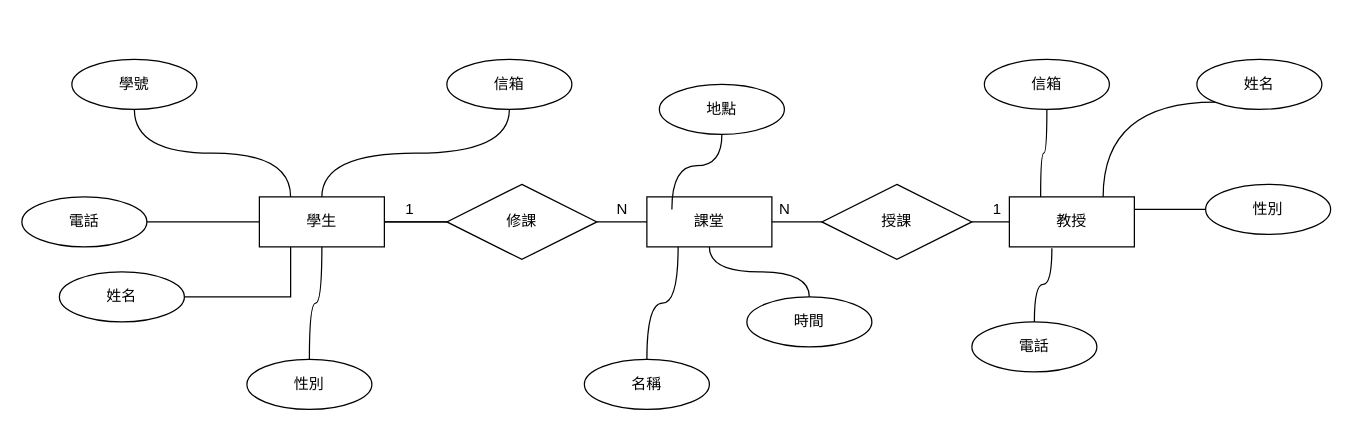
The draw.io diagram page "ER model" (1 of 7) of 作業/資料庫/模型.drawio in NTX8205/School_project, before the edit. Source tidied: cells renumbered, new cells numbered last; positions are measured from the earlier drawing's top-left corner, leaving out a move shared by most shapes. Both pictures are drawn from the tidied source at 125%, with x=0, y=0 at pixel (21, 59).
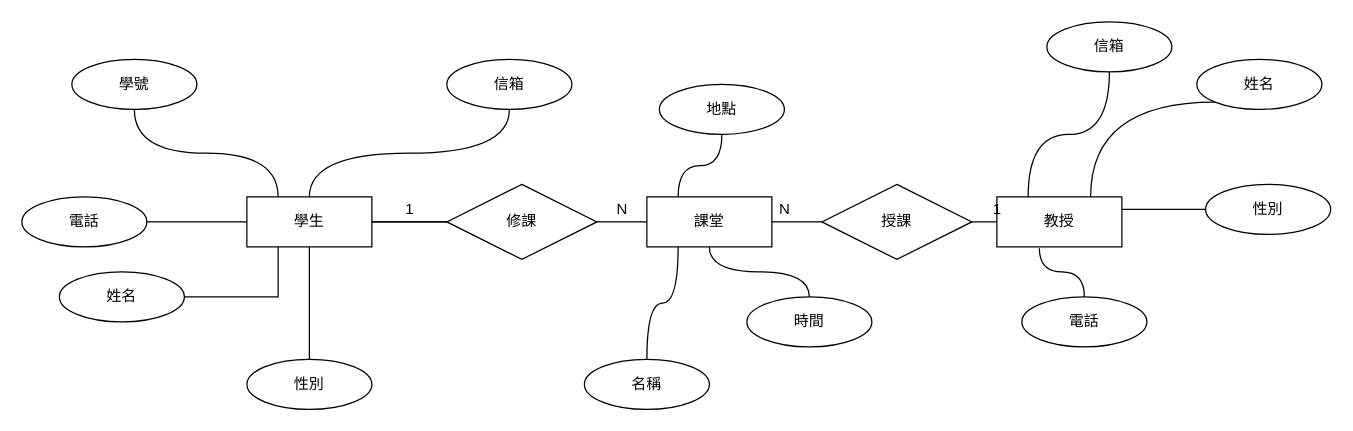
After the change.

Unchanged cells that the change refers to:
```xml
<mxCell id="4" value="課堂" style="whiteSpace=wrap;html=1;align=center;" parent="1" vertex="1">
  <mxGeometry x="500" y="110" width="100" height="40" as="geometry" />
</mxCell>
<mxCell id="26" value="地點" style="ellipse;whiteSpace=wrap;html=1;align=center;" parent="1" vertex="1">
  <mxGeometry x="510" y="20" width="100" height="40" as="geometry" />
</mxCell>
```

What changed in the source:
```diff
@@
     <mxCell id="3" value="學生" style="whiteSpace=wrap;html=1;align=center;" parent="1" vertex="1">
-      <mxGeometry x="190" y="110" width="100" height="40" as="geometry" />
+      <mxGeometry x="180" y="110" width="100" height="40" as="geometry" />
     </mxCell>
@@
     <mxCell id="5" value="教授" style="whiteSpace=wrap;html=1;align=center;" parent="1" vertex="1">
-      <mxGeometry x="790" y="110" width="100" height="40" as="geometry" />
+      <mxGeometry x="780" y="110" width="100" height="40" as="geometry" />
     </mxCell>
@@
-    <mxCell id="25" style="edgeStyle=orthogonalEdgeStyle;curved=1;rounded=0;jettySize=auto;html=1;exitX=0.5;exitY=1;exitDx=0;exitDy=0;entryX=0.2;entryY=0.25;entryDx=0;entryDy=0;entryPerimeter=0;startArrow=none;startFill=0;endArrow=none;endFill=0;strokeColor=default;" parent="1" edge="1" source="26" target="4">
+    <mxCell id="25" style="edgeStyle=orthogonalEdgeStyle;curved=1;rounded=0;jettySize=auto;html=1;exitX=0.5;exitY=1;exitDx=0;exitDy=0;entryX=0.25;entryY=0;entryDx=0;entryDy=0;startArrow=none;startFill=0;endArrow=none;endFill=0;strokeColor=default;" parent="1" edge="1" source="26" target="4">
       <mxGeometry relative="1" as="geometry" />
     </mxCell>
@@
     <mxCell id="31" value="信箱" style="ellipse;whiteSpace=wrap;html=1;align=center;" parent="1" vertex="1">
-      <mxGeometry x="770" width="100" height="40" as="geometry" />
+      <mxGeometry x="820" y="-30" width="100" height="40" as="geometry" />
     </mxCell>
@@
     <mxCell id="33" value="電話" style="ellipse;whiteSpace=wrap;html=1;align=center;" parent="1" vertex="1">
-      <mxGeometry x="760" y="210" width="100" height="40" as="geometry" />
+      <mxGeometry x="800" y="190" width="100" height="40" as="geometry" />
     </mxCell>
```
